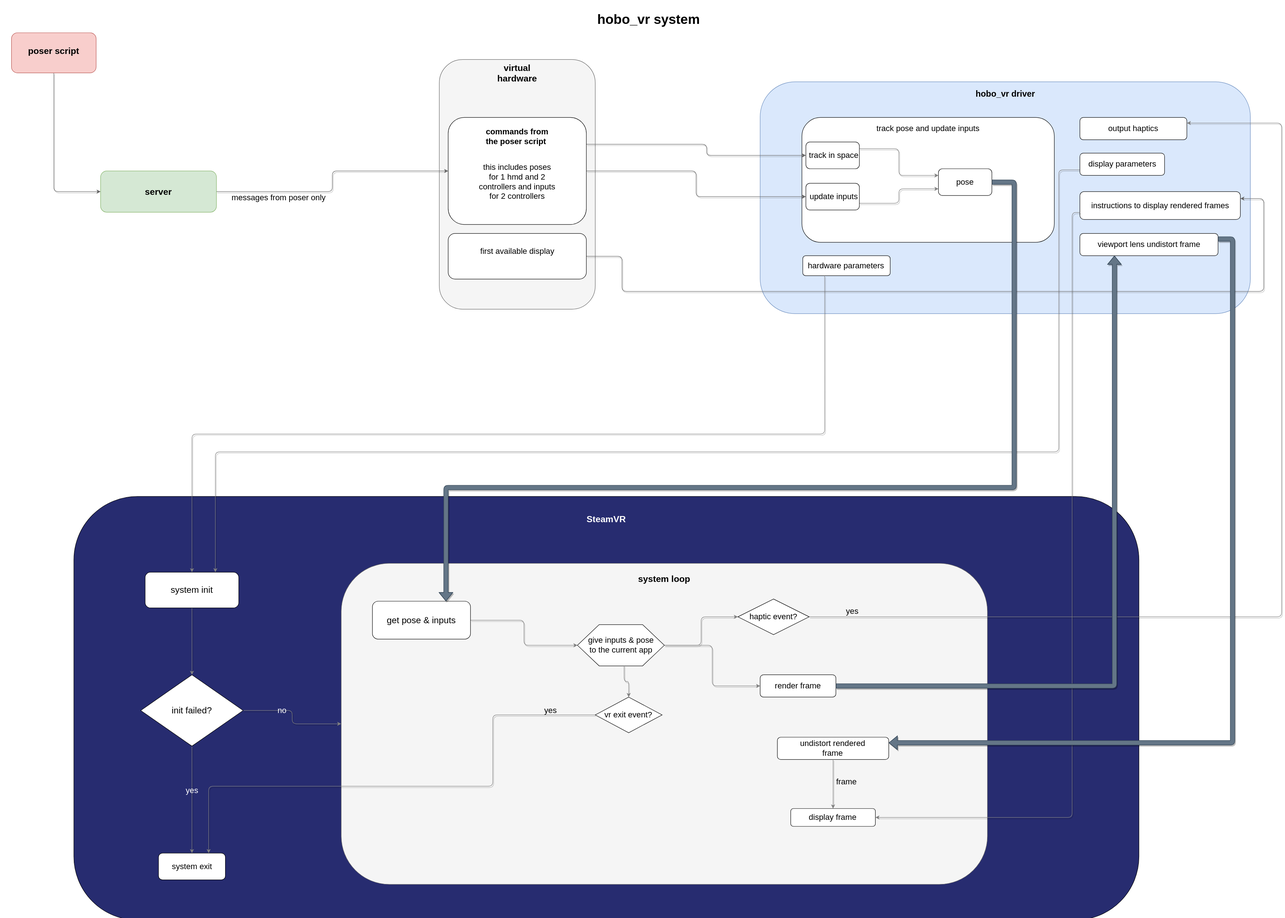
This is images/simplified_hobo_vr_system.svg from okawo80085/hobo_vr, a draw.io export, as it was before one commit. Source tidied: cells renumbered, new cells last; positions are measured from the earlier drawing's top-left corner, leaving out a move shared by most shapes.
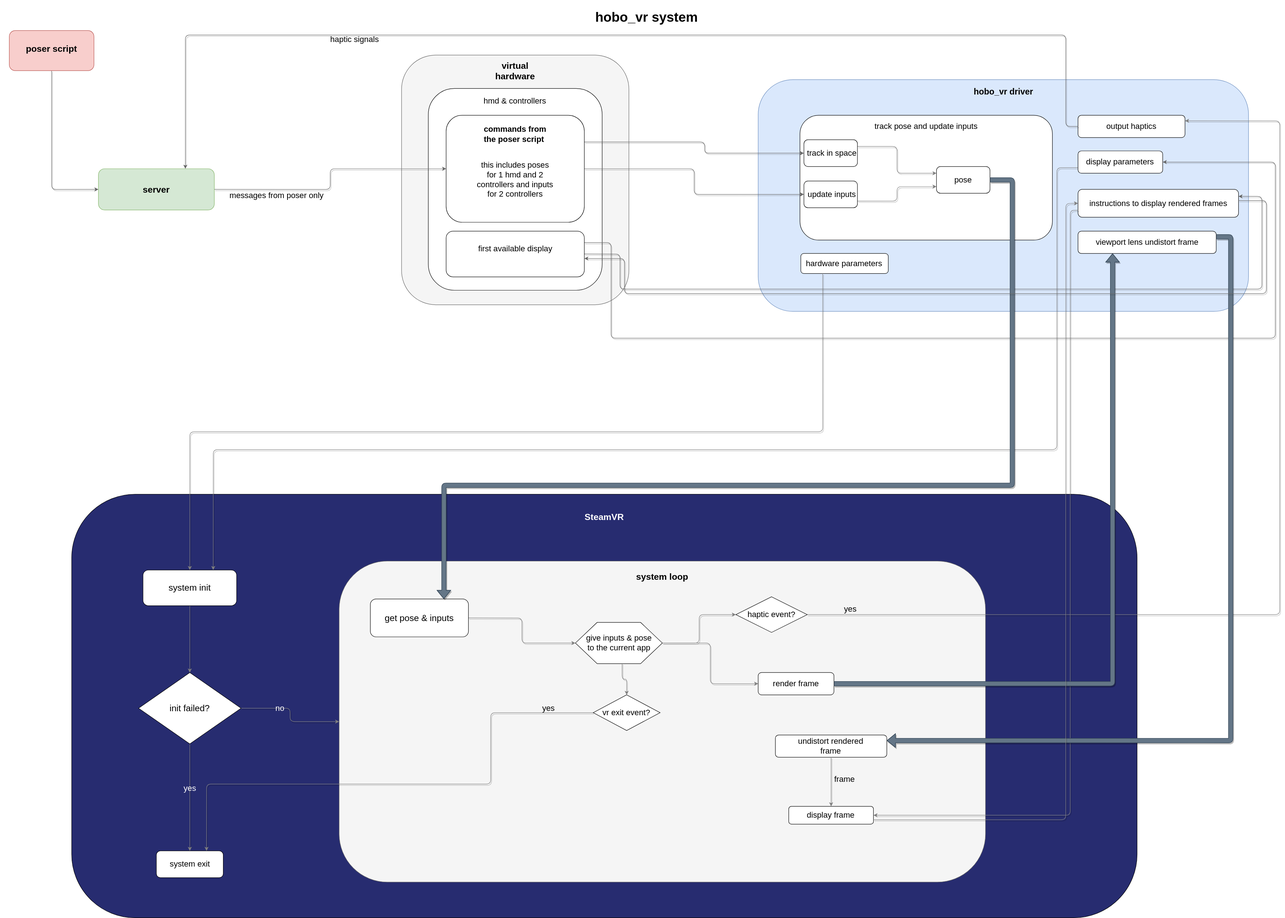
After the commit.

What changed in the source:
```diff
@@ -2,6 +2,12 @@
   <root>
     <mxCell id="0" />
     <mxCell id="1" parent="0" />
+    <mxCell id="67" style="rounded=1;whiteSpace=wrap;html=1;fillColor=#f5f5f5;strokeColor=#666666;fontColor=#333333;" parent="1" vertex="1">
+      <mxGeometry x="880" y="95" width="510" height="560" as="geometry" />
+    </mxCell>
+    <mxCell id="87" style="rounded=1;whiteSpace=wrap;html=1;" parent="1" vertex="1">
+      <mxGeometry x="940" y="170" width="390" height="452.5" as="geometry" />
+    </mxCell>
     <mxCell id="2" value="&lt;b&gt;&lt;font style=&quot;font-size: 30px&quot;&gt;hobo_vr system&lt;br&gt;&lt;/font&gt;&lt;/b&gt;" style="text;html=1;strokeColor=none;fillColor=none;align=center;verticalAlign=middle;whiteSpace=wrap;rounded=0;" parent="1" vertex="1">
       <mxGeometry x="1285" width="290" height="20" as="geometry" />
     </mxCell>
@@ -39,7 +45,7 @@
       <mxGeometry x="2397.5" y="310" width="190" height="50" as="geometry" />
     </mxCell>
     <mxCell id="12" value="&lt;font style=&quot;font-size: 18px&quot;&gt;display parameters&lt;/font&gt;" style="text;html=1;strokeColor=none;fillColor=none;align=center;verticalAlign=middle;whiteSpace=wrap;rounded=0;" parent="1" vertex="1">
-      <mxGeometry x="2403.8" y="325" width="177.5" height="20" as="geometry" />
+      <mxGeometry x="2414.4" y="325" width="156.2" height="20" as="geometry" />
     </mxCell>
     <mxCell id="13" value="&lt;font style=&quot;font-size: 20px&quot;&gt;&lt;b&gt;SteamVR&lt;/b&gt;&lt;/font&gt;" style="text;html=1;align=center;verticalAlign=middle;whiteSpace=wrap;rounded=0;fillColor=none;strokeColor=none;fontColor=#FFFFFF;" parent="1" vertex="1">
       <mxGeometry x="1125" y="1110" width="420" height="40" as="geometry" />
@@ -224,9 +230,6 @@
         </Array>
       </mxGeometry>
     </mxCell>
-    <mxCell id="67" style="rounded=1;whiteSpace=wrap;html=1;fillColor=#f5f5f5;strokeColor=#666666;fontColor=#333333;" parent="1" vertex="1">
-      <mxGeometry x="960" y="100" width="350" height="560" as="geometry" />
-    </mxCell>
     <mxCell id="68" value="&lt;font style=&quot;font-size: 20px&quot;&gt;&lt;b&gt;virtual hardware&lt;/b&gt;&lt;/font&gt;" style="text;html=1;strokeColor=none;fillColor=none;align=center;verticalAlign=middle;whiteSpace=wrap;rounded=0;" parent="1" vertex="1">
       <mxGeometry x="1095" y="120" width="80" height="20" as="geometry" />
     </mxCell>
@@ -257,6 +260,16 @@
         </Array>
       </mxGeometry>
     </mxCell>
+    <mxCell id="88" style="edgeStyle=orthogonalEdgeStyle;jettySize=auto;html=1;exitX=1;exitY=0.25;exitDx=0;exitDy=0;entryX=1;entryY=0.5;entryDx=0;entryDy=0;shadow=1;strokeColor=#666666;fillColor=#f5f5f5;" parent="1" edge="1" source="74" target="11">
+      <mxGeometry relative="1" as="geometry">
+        <Array as="points">
+          <mxPoint x="1350" y="516" />
+          <mxPoint x="1350" y="730" />
+          <mxPoint x="2840" y="730" />
+          <mxPoint x="2840" y="335" />
+        </Array>
+      </mxGeometry>
+    </mxCell>
     <mxCell id="74" style="rounded=1;whiteSpace=wrap;html=1;" parent="1" vertex="1">
       <mxGeometry x="980" y="490" width="310" height="102.5" as="geometry" />
     </mxCell>
@@ -307,5 +320,38 @@
         </Array>
       </mxGeometry>
     </mxCell>
+    <mxCell id="89" style="edgeStyle=orthogonalEdgeStyle;rounded=1;jettySize=auto;html=1;exitX=0.999;exitY=0.399;exitDx=0;exitDy=0;entryX=1;entryY=0.598;entryDx=0;entryDy=0;shadow=1;strokeColor=#666666;fillColor=#f5f5f5;exitPerimeter=0;entryPerimeter=0;" parent="1" edge="1" source="16" target="74">
+      <mxGeometry relative="1" as="geometry">
+        <Array as="points">
+          <mxPoint x="2820" y="421" />
+          <mxPoint x="2820" y="630" />
+          <mxPoint x="1380" y="630" />
+          <mxPoint x="1380" y="551" />
+        </Array>
+      </mxGeometry>
+    </mxCell>
+    <mxCell id="90" style="edgeStyle=orthogonalEdgeStyle;jettySize=auto;html=1;exitX=0;exitY=0.5;exitDx=0;exitDy=0;entryX=0.75;entryY=0;entryDx=0;entryDy=0;shadow=1;strokeColor=#666666;fillColor=#f5f5f5;" parent="1" edge="1" source="7" target="77">
+      <mxGeometry relative="1" as="geometry">
+        <Array as="points">
+          <mxPoint x="2370" y="255" />
+          <mxPoint x="2370" y="50" />
+          <mxPoint x="395" y="50" />
+        </Array>
+      </mxGeometry>
+    </mxCell>
+    <mxCell id="91" value="&lt;span style=&quot;font-size: 18px&quot;&gt;haptic signals&lt;/span&gt;" style="text;html=1;strokeColor=none;fillColor=none;align=center;verticalAlign=middle;whiteSpace=wrap;rounded=0;" parent="1" vertex="1">
+      <mxGeometry x="700" y="50" width="150" height="20" as="geometry" />
+    </mxCell>
+    <mxCell id="92" style="edgeStyle=orthogonalEdgeStyle;rounded=1;jettySize=auto;html=1;exitX=1;exitY=0.75;exitDx=0;exitDy=0;entryX=0;entryY=0.5;entryDx=0;entryDy=0;shadow=1;strokeColor=#808080;fontSize=18;fontColor=#000000;" parent="1" edge="1" source="62" target="16">
+      <mxGeometry relative="1" as="geometry">
+        <Array as="points">
+          <mxPoint x="2370" y="1810" />
+          <mxPoint x="2370" y="428" />
+        </Array>
+      </mxGeometry>
+    </mxCell>
+    <mxCell id="93" value="&lt;font style=&quot;font-size: 18px&quot;&gt;hmd &amp;amp; controllers&lt;/font&gt;" style="text;html=1;strokeColor=none;fillColor=none;align=center;verticalAlign=middle;whiteSpace=wrap;rounded=0;" parent="1" vertex="1">
+      <mxGeometry x="1056.3" y="187.5" width="157.5" height="20" as="geometry" />
+    </mxCell>
   </root>
 </mxGraphModel>
```
